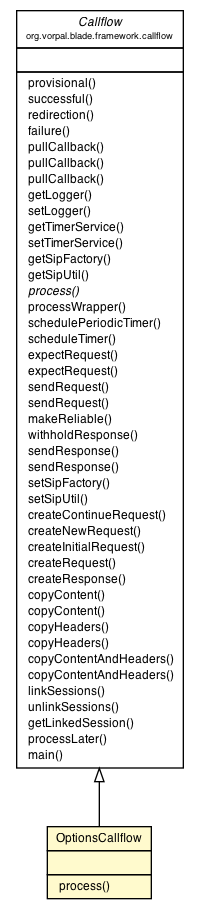
Earlier version of the Graphviz export blade/vorpal-blade-options/org/vorpal/blade/services/options/OptionsCallflow.png (vorpalnet/vorpalnet.github.io). Its source is kept beside it as blade/vorpal-blade-options/org/vorpal/blade/services/options/OptionsCallflow.dot. Its diagram source:
```dot

digraph G {
	edge [fontname="Helvetica",fontsize=10,labelfontname="Helvetica",labelfontsize=10];
	node [fontname="Helvetica",fontsize=10,shape=plaintext];
	nodesep=0.25;
	ranksep=0.5;
	c32 [label=<<table title="org.vorpal.blade.services.options.OptionsCallflow" border="0" cellborder="1" cellspacing="0" cellpadding="2" port="p" bgcolor="lemonChiffon" href="./OptionsCallflow.html">
		<tr><td><table border="0" cellspacing="0" cellpadding="1">
<tr><td align="center" balign="center"> OptionsCallflow </td></tr>
		</table></td></tr>
		<tr><td><table border="0" cellspacing="0" cellpadding="1">
<tr><td align="left" balign="left">  </td></tr>
		</table></td></tr>
		<tr><td><table border="0" cellspacing="0" cellpadding="1">
<tr><td align="left" balign="left">  process() </td></tr>
		</table></td></tr>
		</table>>, fontname="Helvetica", fontcolor="black", fontsize=9.0];
	c34:p -> c32:p [dir=back,arrowtail=empty];
	c34 [label=<<table title="org.vorpal.blade.framework.callflow.Callflow" border="0" cellborder="1" cellspacing="0" cellpadding="2" port="p" href="http://java.sun.com/j2se/1.4.2/docs/api/org/vorpal/blade/framework/callflow/Callflow.html">
		<tr><td><table border="0" cellspacing="0" cellpadding="1">
<tr><td align="center" balign="center"><font face="Helvetica-Oblique"> Callflow </font></td></tr>
<tr><td align="center" balign="center"><font point-size="7.0"> org.vorpal.blade.framework.callflow </font></td></tr>
		</table></td></tr>
		<tr><td><table border="0" cellspacing="0" cellpadding="1">
<tr><td align="left" balign="left">  </td></tr>
		</table></td></tr>
		<tr><td><table border="0" cellspacing="0" cellpadding="1">
<tr><td align="left" balign="left">  provisional() </td></tr>
<tr><td align="left" balign="left">  successful() </td></tr>
<tr><td align="left" balign="left">  redirection() </td></tr>
<tr><td align="left" balign="left">  failure() </td></tr>
<tr><td align="left" balign="left">  pullCallback() </td></tr>
<tr><td align="left" balign="left">  pullCallback() </td></tr>
<tr><td align="left" balign="left">  pullCallback() </td></tr>
<tr><td align="left" balign="left">  getLogger() </td></tr>
<tr><td align="left" balign="left">  setLogger() </td></tr>
<tr><td align="left" balign="left">  getTimerService() </td></tr>
<tr><td align="left" balign="left">  setTimerService() </td></tr>
<tr><td align="left" balign="left">  getSipFactory() </td></tr>
<tr><td align="left" balign="left">  getSipUtil() </td></tr>
<tr><td align="left" balign="left"><font face="Helvetica-Oblique" point-size="9.0">  process() </font></td></tr>
<tr><td align="left" balign="left">  processWrapper() </td></tr>
<tr><td align="left" balign="left">  schedulePeriodicTimer() </td></tr>
<tr><td align="left" balign="left">  scheduleTimer() </td></tr>
<tr><td align="left" balign="left">  expectRequest() </td></tr>
<tr><td align="left" balign="left">  expectRequest() </td></tr>
<tr><td align="left" balign="left">  sendRequest() </td></tr>
<tr><td align="left" balign="left">  sendRequest() </td></tr>
<tr><td align="left" balign="left">  makeReliable() </td></tr>
<tr><td align="left" balign="left">  withholdResponse() </td></tr>
<tr><td align="left" balign="left">  sendResponse() </td></tr>
<tr><td align="left" balign="left">  sendResponse() </td></tr>
<tr><td align="left" balign="left">  setSipFactory() </td></tr>
<tr><td align="left" balign="left">  setSipUtil() </td></tr>
<tr><td align="left" balign="left">  createContinueRequest() </td></tr>
<tr><td align="left" balign="left">  createNewRequest() </td></tr>
<tr><td align="left" balign="left">  createInitialRequest() </td></tr>
<tr><td align="left" balign="left">  createRequest() </td></tr>
<tr><td align="left" balign="left">  createResponse() </td></tr>
<tr><td align="left" balign="left">  copyContent() </td></tr>
<tr><td align="left" balign="left">  copyContent() </td></tr>
<tr><td align="left" balign="left">  copyHeaders() </td></tr>
<tr><td align="left" balign="left">  copyHeaders() </td></tr>
<tr><td align="left" balign="left">  copyContentAndHeaders() </td></tr>
<tr><td align="left" balign="left">  copyContentAndHeaders() </td></tr>
<tr><td align="left" balign="left">  linkSessions() </td></tr>
<tr><td align="left" balign="left">  unlinkSessions() </td></tr>
<tr><td align="left" balign="left">  getLinkedSession() </td></tr>
<tr><td align="left" balign="left">  processLater() </td></tr>
<tr><td align="left" balign="left">  main() </td></tr>
		</table></td></tr>
		</table>>, fontname="Helvetica", fontcolor="black", fontsize=9.0];
}
```
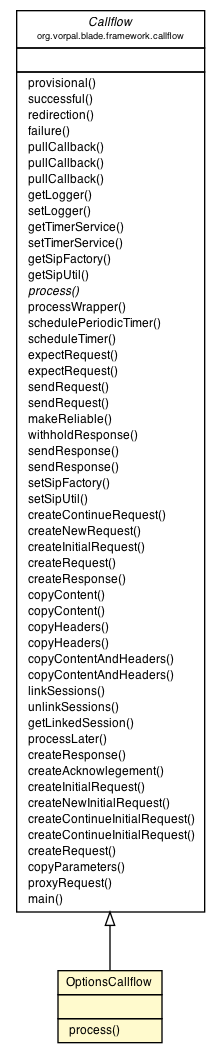
Above is the later version.

Diff of the diagram source:
```diff
@@ -4,7 +4,7 @@
 	node [fontname="Helvetica",fontsize=10,shape=plaintext];
 	nodesep=0.25;
 	ranksep=0.5;
-	c32 [label=<<table title="org.vorpal.blade.services.options.OptionsCallflow" border="0" cellborder="1" cellspacing="0" cellpadding="2" port="p" bgcolor="lemonChiffon" href="./OptionsCallflow.html">
+	c35 [label=<<table title="org.vorpal.blade.services.options.OptionsCallflow" border="0" cellborder="1" cellspacing="0" cellpadding="2" port="p" bgcolor="lemonChiffon" href="./OptionsCallflow.html">
 		<tr><td><table border="0" cellspacing="0" cellpadding="1">
 <tr><td align="center" balign="center"> OptionsCallflow </td></tr>
 		</table></td></tr>
@@ -15,8 +15,8 @@
 <tr><td align="left" balign="left">  process() </td></tr>
 		</table></td></tr>
 		</table>>, fontname="Helvetica", fontcolor="black", fontsize=9.0];
-	c34:p -> c32:p [dir=back,arrowtail=empty];
-	c34 [label=<<table title="org.vorpal.blade.framework.callflow.Callflow" border="0" cellborder="1" cellspacing="0" cellpadding="2" port="p" href="http://java.sun.com/j2se/1.4.2/docs/api/org/vorpal/blade/framework/callflow/Callflow.html">
+	c37:p -> c35:p [dir=back,arrowtail=empty];
+	c37 [label=<<table title="org.vorpal.blade.framework.callflow.Callflow" border="0" cellborder="1" cellspacing="0" cellpadding="2" port="p" href="http://java.sun.com/j2se/1.4.2/docs/api/org/vorpal/blade/framework/callflow/Callflow.html">
 		<tr><td><table border="0" cellspacing="0" cellpadding="1">
 <tr><td align="center" balign="center"><font face="Helvetica-Oblique"> Callflow </font></td></tr>
 <tr><td align="center" balign="center"><font point-size="7.0"> org.vorpal.blade.framework.callflow </font></td></tr>
@@ -67,6 +67,15 @@
 <tr><td align="left" balign="left">  unlinkSessions() </td></tr>
 <tr><td align="left" balign="left">  getLinkedSession() </td></tr>
 <tr><td align="left" balign="left">  processLater() </td></tr>
+<tr><td align="left" balign="left">  createResponse() </td></tr>
+<tr><td align="left" balign="left">  createAcknowlegement() </td></tr>
+<tr><td align="left" balign="left">  createInitialRequest() </td></tr>
+<tr><td align="left" balign="left">  createNewInitialRequest() </td></tr>
+<tr><td align="left" balign="left">  createContinueInitialRequest() </td></tr>
+<tr><td align="left" balign="left">  createContinueInitialRequest() </td></tr>
+<tr><td align="left" balign="left">  createRequest() </td></tr>
+<tr><td align="left" balign="left">  copyParameters() </td></tr>
+<tr><td align="left" balign="left">  proxyRequest() </td></tr>
 <tr><td align="left" balign="left">  main() </td></tr>
 		</table></td></tr>
 		</table>>, fontname="Helvetica", fontcolor="black", fontsize=9.0];
```
